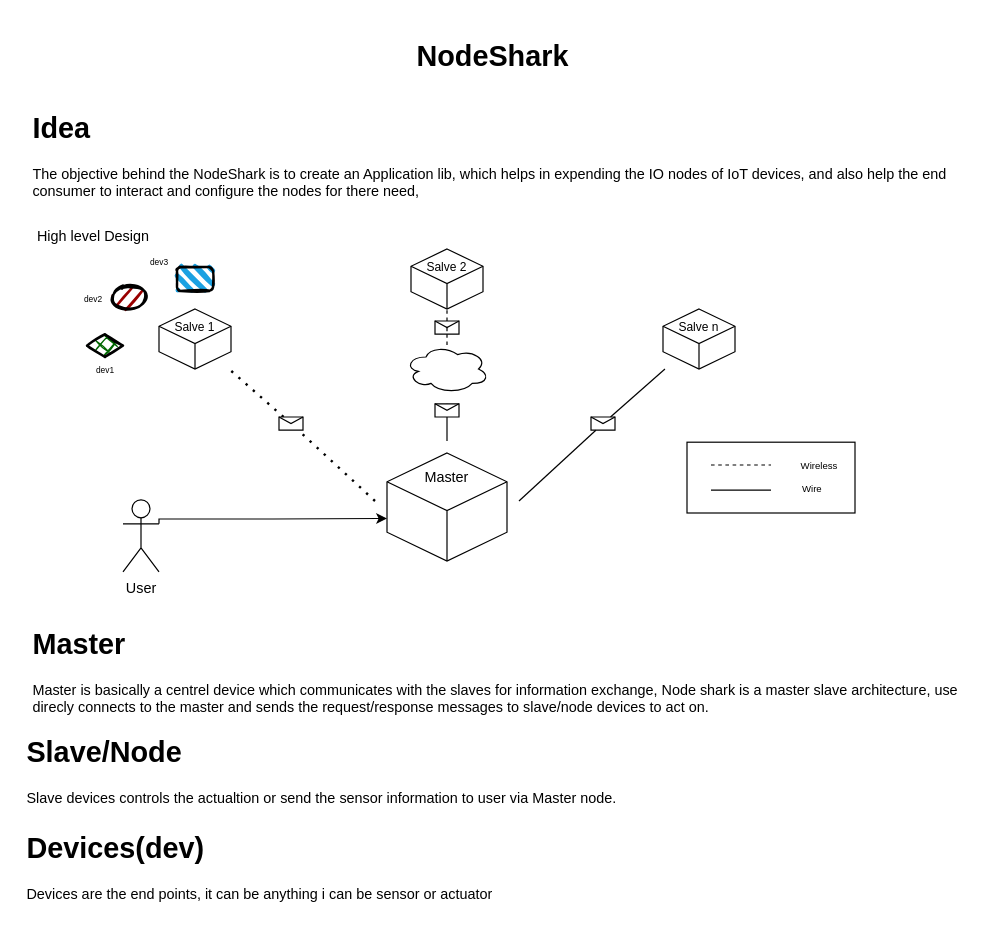
This is page "HDD1" (1 of 3) of Design/NodeShark.drawio from ablinux/NodeShark, a draw.io file, before an edit. Source tidied: cells renumbered, new cells numbered last; positions are measured from the earlier drawing's top-left corner, leaving out a move shared by most shapes. Both pictures are drawn from the tidied source at 120%, with x=0, y=0 at pixel (20, 32).
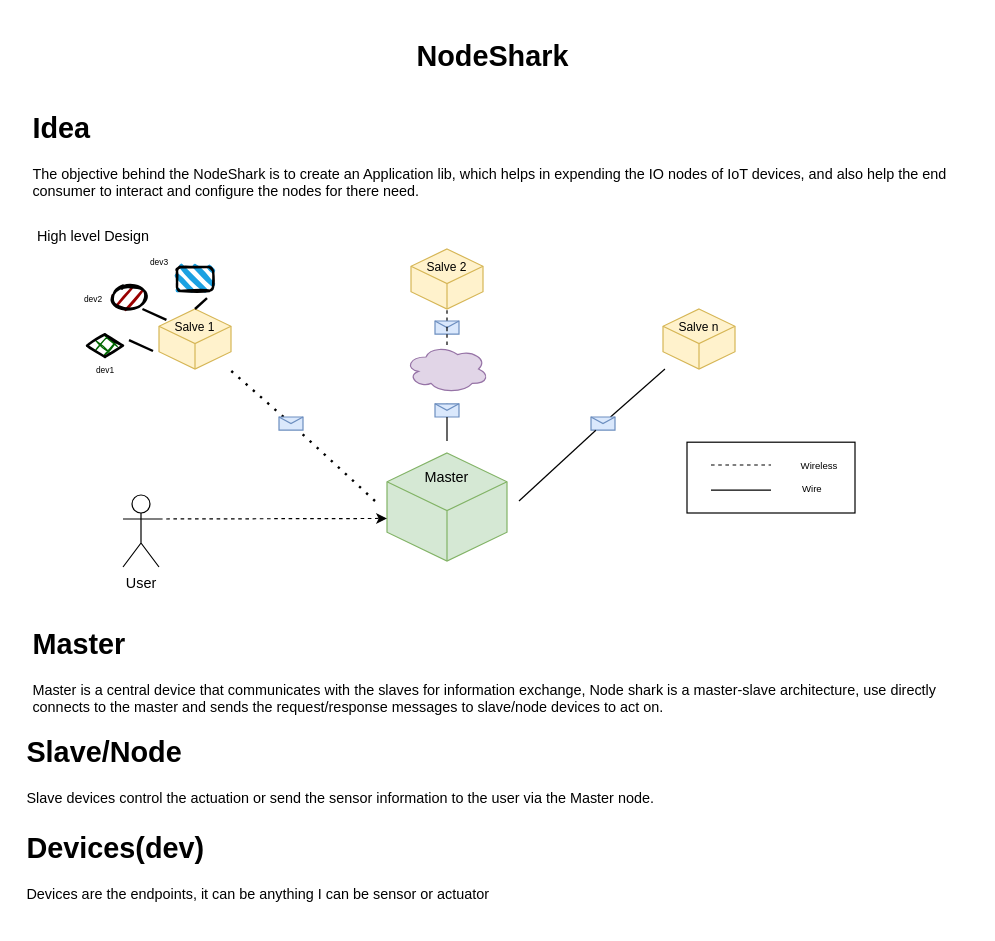
The same diagram, later.

Change to the diagram source:
```diff
@@
-    <mxCell id="4" value="&lt;h1&gt;Idea&lt;/h1&gt;&lt;p&gt;The objective behind the NodeShark is to create an Application lib, which helps in expending the IO nodes of IoT devices, and also help the end consumer to interact and configure the nodes for there need,&amp;nbsp;&lt;/p&gt;" style="text;html=1;strokeColor=none;fillColor=none;spacing=5;spacingTop=-20;whiteSpace=wrap;overflow=hidden;rounded=0;" parent="1" vertex="1">
+    <mxCell id="4" value="&lt;h1&gt;Idea&lt;/h1&gt;&lt;p&gt;The objective behind the NodeShark is to create an Application lib, which helps in expending the IO nodes of IoT devices, and also help the end consumer to interact and configure the nodes for there need.&lt;/p&gt;" style="text;html=1;strokeColor=none;fillColor=none;spacing=5;spacingTop=-20;whiteSpace=wrap;overflow=hidden;rounded=0;" parent="1" vertex="1">
       <mxGeometry x="5" y="60" width="790" height="90" as="geometry" />
     </mxCell>
@@
-    <mxCell id="6" style="whiteSpace=wrap;html=1;shape=mxgraph.basic.isocube;isoAngle=15;" parent="1" vertex="1">
+    <mxCell id="6" style="whiteSpace=wrap;html=1;shape=mxgraph.basic.isocube;isoAngle=15;fillColor=#d5e8d4;strokeColor=#82b366;" parent="1" vertex="1">
       <mxGeometry x="305" y="350" width="100" height="90" as="geometry" />
     </mxCell>
-    <mxCell id="7" style="whiteSpace=wrap;html=1;shape=mxgraph.basic.isocube;isoAngle=15;" parent="1" vertex="1">
+    <mxCell id="7" style="whiteSpace=wrap;html=1;shape=mxgraph.basic.isocube;isoAngle=15;fillColor=#fff2cc;strokeColor=#d6b656;" parent="1" vertex="1">
       <mxGeometry x="535" y="230" width="60" height="50" as="geometry" />
     </mxCell>
-    <mxCell id="8" style="whiteSpace=wrap;html=1;shape=mxgraph.basic.isocube;isoAngle=15;" parent="1" vertex="1">
+    <mxCell id="8" style="whiteSpace=wrap;html=1;shape=mxgraph.basic.isocube;isoAngle=15;fillColor=#fff2cc;strokeColor=#d6b656;" parent="1" vertex="1">
       <mxGeometry x="325" y="180" width="60" height="50" as="geometry" />
     </mxCell>
-    <mxCell id="9" style="whiteSpace=wrap;html=1;shape=mxgraph.basic.isocube;isoAngle=15;" parent="1" vertex="1">
+    <mxCell id="9" style="whiteSpace=wrap;html=1;shape=mxgraph.basic.isocube;isoAngle=15;fillColor=#fff2cc;strokeColor=#d6b656;" parent="1" vertex="1">
       <mxGeometry x="115" y="230" width="60" height="50" as="geometry" />
     </mxCell>
@@
-    <mxCell id="12" style="ellipse;shape=cloud;whiteSpace=wrap;html=1;" parent="1" vertex="1">
+    <mxCell id="12" style="ellipse;shape=cloud;whiteSpace=wrap;html=1;fillColor=#e1d5e7;strokeColor=#9673a6;" parent="1" vertex="1">
       <mxGeometry x="320" y="260" width="70" height="40" as="geometry" />
     </mxCell>
@@
-    <mxCell id="19" style="shape=message;html=1;whiteSpace=wrap;html=1;outlineConnect=0;" parent="1" vertex="1">
+    <mxCell id="19" style="shape=message;html=1;whiteSpace=wrap;html=1;outlineConnect=0;fillColor=#dae8fc;strokeColor=#6c8ebf;" parent="1" vertex="1">
       <mxGeometry x="215" y="320" width="20" height="11" as="geometry" />
     </mxCell>
@@
-    <mxCell id="21" style="shape=message;html=1;whiteSpace=wrap;html=1;outlineConnect=0;" parent="1" vertex="1">
+    <mxCell id="21" style="shape=message;html=1;whiteSpace=wrap;html=1;outlineConnect=0;fillColor=#dae8fc;strokeColor=#6c8ebf;" parent="1" vertex="1">
       <mxGeometry x="345" y="240" width="20" height="11" as="geometry" />
     </mxCell>
@@
-    <mxCell id="23" style="shape=message;html=1;whiteSpace=wrap;html=1;outlineConnect=0;" parent="1" vertex="1">
+    <mxCell id="23" style="shape=message;html=1;whiteSpace=wrap;html=1;outlineConnect=0;fillColor=#dae8fc;strokeColor=#6c8ebf;" parent="1" vertex="1">
       <mxGeometry x="345" y="309" width="20" height="11" as="geometry" />
     </mxCell>
@@
-    <mxCell id="25" style="shape=message;html=1;whiteSpace=wrap;html=1;outlineConnect=0;" parent="1" vertex="1">
+    <mxCell id="25" style="shape=message;html=1;whiteSpace=wrap;html=1;outlineConnect=0;fillColor=#dae8fc;strokeColor=#6c8ebf;" parent="1" vertex="1">
       <mxGeometry x="475" y="320" width="20" height="11" as="geometry" />
     </mxCell>
@@
-    <mxCell id="37" value="&lt;h1&gt;Master&lt;/h1&gt;&lt;p&gt;Master is basically a centrel device which communicates with the slaves for information exchange, Node shark is a master slave architecture, use direcly connects to the master and sends the request/response messages to slave/node devices to act on.&lt;/p&gt;" style="text;html=1;strokeColor=none;fillColor=none;spacing=5;spacingTop=-20;whiteSpace=wrap;overflow=hidden;rounded=0;" parent="1" vertex="1">
+    <mxCell id="37" value="&lt;h1&gt;Master&lt;/h1&gt;&lt;p&gt;Master is a central device that communicates with the slaves for information exchange, Node shark is a master-slave architecture, use directly connects to the master and sends the request/response messages to slave/node devices to act on.&lt;/p&gt;" style="text;html=1;strokeColor=none;fillColor=none;spacing=5;spacingTop=-20;whiteSpace=wrap;overflow=hidden;rounded=0;" parent="1" vertex="1">
       <mxGeometry x="5" y="490" width="780" height="80" as="geometry" />
     </mxCell>
-    <mxCell id="38" style="edgeStyle=orthogonalEdgeStyle;rounded=0;jettySize=auto;html=1;exitX=1;exitY=0.3333333333333333;exitDx=0;exitDy=0;exitPerimeter=0;entryX=0;entryY=0.606;entryDx=0;entryDy=0;entryPerimeter=0;" parent="1" edge="1" source="39" target="6">
+    <mxCell id="38" style="edgeStyle=orthogonalEdgeStyle;rounded=0;jettySize=auto;html=1;exitX=1;exitY=0.3333333333333333;exitDx=0;exitDy=0;exitPerimeter=0;entryX=0;entryY=0.606;entryDx=0;entryDy=0;entryPerimeter=0;dashed=1;" parent="1" edge="1" source="39" target="6">
       <mxGeometry relative="1" as="geometry">
         <Array as="points">
           <mxPoint x="115" y="405" />
           <mxPoint x="210" y="405" />
         </Array>
       </mxGeometry>
     </mxCell>
     <mxCell id="39" value="User" style="shape=umlActor;verticalLabelPosition=bottom;verticalAlign=top;html=1;outlineConnect=0;" parent="1" vertex="1">
-      <mxGeometry x="85" y="389" width="30" height="60" as="geometry" />
+      <mxGeometry x="85" y="385" width="30" height="60" as="geometry" />
     </mxCell>
-    <mxCell id="40" value="&lt;h1&gt;Slave/Node&lt;/h1&gt;&lt;p&gt;Slave devices controls the actualtion or send the sensor information to user via Master node.&lt;/p&gt;" style="text;html=1;strokeColor=none;fillColor=none;spacing=5;spacingTop=-20;whiteSpace=wrap;overflow=hidden;rounded=0;" parent="1" vertex="1">
+    <mxCell id="40" value="&lt;h1&gt;Slave/Node&lt;/h1&gt;&lt;p&gt;Slave devices control the actuation or send the sensor information to the user via the Master node.&lt;/p&gt;" style="text;html=1;strokeColor=none;fillColor=none;spacing=5;spacingTop=-20;whiteSpace=wrap;overflow=hidden;rounded=0;" parent="1" vertex="1">
       <mxGeometry y="580" width="780" height="80" as="geometry" />
     </mxCell>
-    <mxCell id="41" value="&lt;h1&gt;Devices(dev)&lt;/h1&gt;&lt;p&gt;Devices are the end points, it can be anything i can be sensor or actuator&lt;/p&gt;" style="text;html=1;strokeColor=none;fillColor=none;spacing=5;spacingTop=-20;whiteSpace=wrap;overflow=hidden;rounded=0;" parent="1" vertex="1">
+    <mxCell id="41" value="&lt;h1&gt;Devices(dev)&lt;/h1&gt;&lt;p&gt;Devices are the endpoints, it can be anything I can be sensor or actuator&lt;/p&gt;" style="text;html=1;strokeColor=none;fillColor=none;spacing=5;spacingTop=-20;whiteSpace=wrap;overflow=hidden;rounded=0;" parent="1" vertex="1">
       <mxGeometry y="660" width="780" height="80" as="geometry" />
     </mxCell>
+    <mxCell id="42" style="endArrow=none;html=1;strokeWidth=2;" parent="1" edge="1">
+      <mxGeometry relative="1" as="geometry">
+        <mxPoint x="90" y="256" as="sourcePoint" />
+        <mxPoint x="110" y="265" as="targetPoint" />
+      </mxGeometry>
+    </mxCell>
+    <mxCell id="43" style="endArrow=none;html=1;strokeWidth=2;" parent="1" edge="1">
+      <mxGeometry relative="1" as="geometry">
+        <mxPoint x="101.2" y="230" as="sourcePoint" />
+        <mxPoint x="121.2" y="239" as="targetPoint" />
+      </mxGeometry>
+    </mxCell>
+    <mxCell id="44" style="endArrow=none;html=1;strokeWidth=2;entryX=0.5;entryY=0;entryDx=0;entryDy=0;entryPerimeter=0;" parent="1" edge="1" target="9">
+      <mxGeometry relative="1" as="geometry">
+        <mxPoint x="155" y="221" as="sourcePoint" />
+      </mxGeometry>
+    </mxCell>
```
